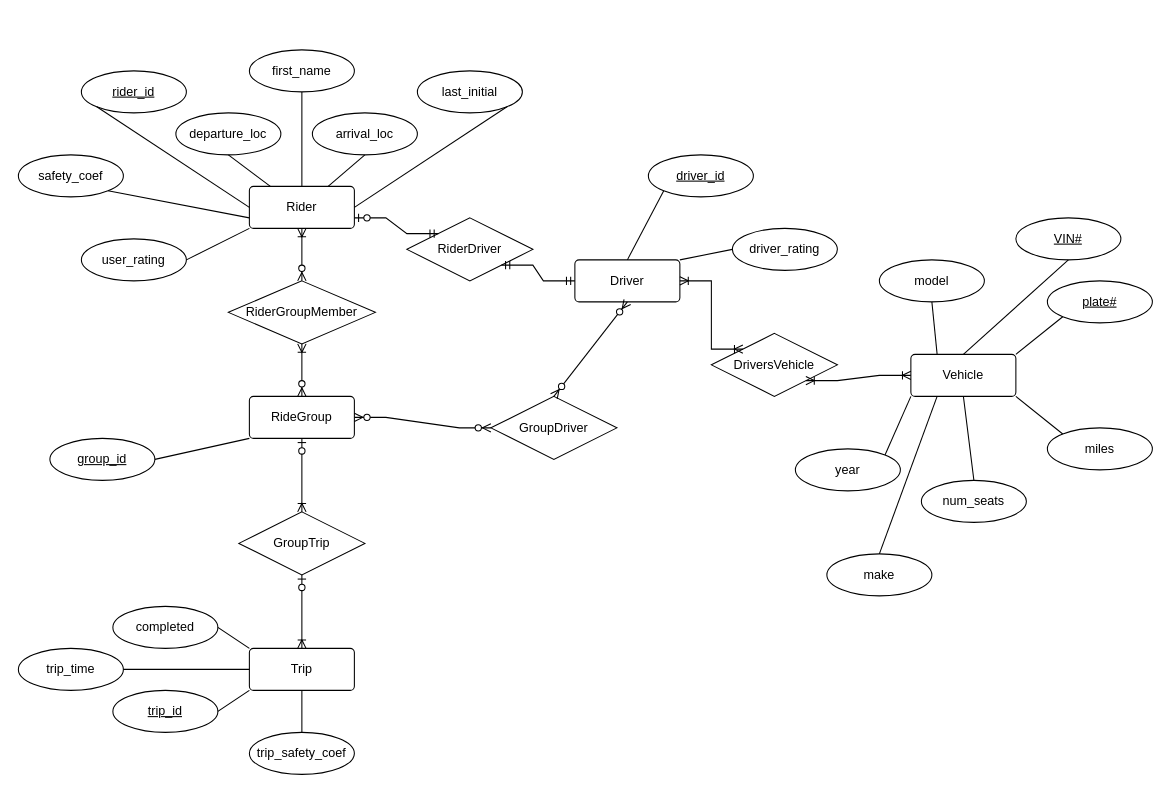
Earlier version of the draw.io diagram ER.drawio (Jtho28/RollTogether). Source tidied: cells renumbered, new cells numbered last; positions are measured from the earlier drawing's top-left corner, leaving out a move shared by most shapes. Both pictures are drawn from the tidied source at 105%, with x=0, y=0 at pixel (18, 49).
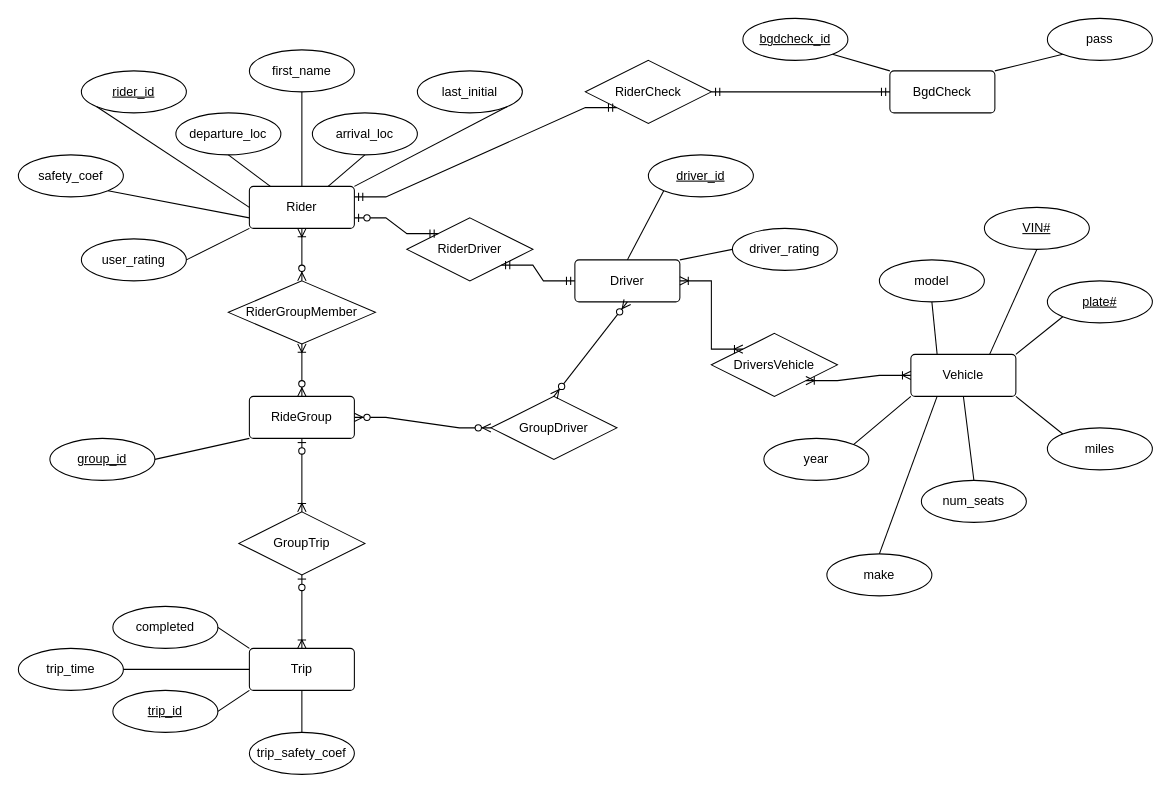
The same diagram, later.

Commit message (it also covers changes not shown here):
Drawio ER diagram complete

Unchanged cells that the change refers to:
```xml
<mxCell id="2" value="Rider" style="rounded=1;arcSize=10;whiteSpace=wrap;html=1;align=center;" parent="1" vertex="1">
  <mxGeometry x="220" y="130" width="100" height="40" as="geometry" />
</mxCell>
<mxCell id="5" value="last_initial" style="ellipse;whiteSpace=wrap;html=1;align=center;" parent="1" vertex="1">
  <mxGeometry x="380" y="20" width="100" height="40" as="geometry" />
</mxCell>
<mxCell id="35" value="Vehicle" style="rounded=1;arcSize=10;whiteSpace=wrap;html=1;align=center;" parent="1" vertex="1">
  <mxGeometry x="850" y="290" width="100" height="40" as="geometry" />
</mxCell>
```

Change to the diagram source:
```diff
@@
-    <mxCell id="12" style="endArrow=none;html=1;rounded=0;exitX=1;exitY=1;exitDx=0;exitDy=0;entryX=1;entryY=0.5;entryDx=0;entryDy=0;" parent="1" edge="1" source="5" target="2">
+    <mxCell id="12" style="endArrow=none;html=1;rounded=0;exitX=1;exitY=1;exitDx=0;exitDy=0;entryX=1;entryY=0;entryDx=0;entryDy=0;" parent="1" edge="1" source="5" target="2">
       <mxGeometry relative="1" as="geometry" />
     </mxCell>
@@
     <mxCell id="36" value="VIN#" style="ellipse;whiteSpace=wrap;html=1;align=center;fontStyle=4;" parent="1" vertex="1">
-      <mxGeometry x="950" y="160" width="100" height="40" as="geometry" />
+      <mxGeometry x="920" y="150" width="100" height="40" as="geometry" />
     </mxCell>
@@
-    <mxCell id="40" style="endArrow=none;html=1;rounded=0;entryX=0.5;entryY=0;entryDx=0;entryDy=0;exitX=0.5;exitY=1;exitDx=0;exitDy=0;" parent="1" edge="1" source="36" target="35">
+    <mxCell id="40" style="endArrow=none;html=1;rounded=0;entryX=0.75;entryY=0;entryDx=0;entryDy=0;exitX=0.5;exitY=1;exitDx=0;exitDy=0;" parent="1" edge="1" source="36" target="35">
       <mxGeometry relative="1" as="geometry" />
     </mxCell>
@@
     <mxCell id="46" value="year" style="ellipse;whiteSpace=wrap;html=1;align=center;" parent="1" vertex="1">
-      <mxGeometry x="740" y="380" width="100" height="40" as="geometry" />
+      <mxGeometry x="710" y="370" width="100" height="40" as="geometry" />
     </mxCell>
@@
+    <mxCell id="64" value="BgdCheck" style="rounded=1;arcSize=10;whiteSpace=wrap;html=1;align=center;" parent="1" vertex="1">
+      <mxGeometry x="830" y="20" width="100" height="40" as="geometry" />
+    </mxCell>
+    <mxCell id="65" value="bgdcheck_id" style="ellipse;whiteSpace=wrap;html=1;align=center;fontStyle=4;" parent="1" vertex="1">
+      <mxGeometry x="690" y="-30" width="100" height="40" as="geometry" />
+    </mxCell>
+    <mxCell id="66" style="endArrow=none;html=1;rounded=0;exitX=1;exitY=1;exitDx=0;exitDy=0;entryX=0;entryY=0;entryDx=0;entryDy=0;" parent="1" edge="1" source="65" target="64">
+      <mxGeometry relative="1" as="geometry" />
+    </mxCell>
+    <mxCell id="67" value="pass" style="ellipse;whiteSpace=wrap;html=1;align=center;" parent="1" vertex="1">
+      <mxGeometry x="980" y="-30" width="100" height="40" as="geometry" />
+    </mxCell>
+    <mxCell id="68" style="endArrow=none;html=1;rounded=0;entryX=0;entryY=1;entryDx=0;entryDy=0;exitX=1;exitY=0;exitDx=0;exitDy=0;" parent="1" edge="1" source="64" target="67">
+      <mxGeometry relative="1" as="geometry" />
+    </mxCell>
+    <mxCell id="69" value="RiderCheck" style="shape=rhombus;perimeter=rhombusPerimeter;whiteSpace=wrap;html=1;align=center;" parent="1" vertex="1">
+      <mxGeometry x="540" y="10" width="120" height="60" as="geometry" />
+    </mxCell>
+    <mxCell id="70" style="edgeStyle=entityRelationEdgeStyle;fontSize=12;html=1;endArrow=ERmandOne;startArrow=ERmandOne;rounded=0;exitX=1;exitY=0.25;exitDx=0;exitDy=0;entryX=0;entryY=1;entryDx=0;entryDy=0;" parent="1" edge="1" source="2" target="69">
+      <mxGeometry relative="1" as="geometry" />
+    </mxCell>
+    <mxCell id="71" style="edgeStyle=entityRelationEdgeStyle;fontSize=12;html=1;endArrow=ERmandOne;startArrow=ERmandOne;rounded=0;entryX=0;entryY=0.5;entryDx=0;entryDy=0;exitX=1;exitY=0.5;exitDx=0;exitDy=0;" parent="1" edge="1" source="69" target="64">
+      <mxGeometry relative="1" as="geometry" />
+    </mxCell>
```
